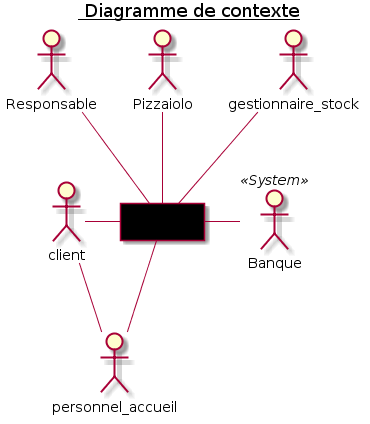
The PlantUML diagram doc/img/1_contextDiagram.png in Zepmanbc/oc_dapython_pr4, before a commit.
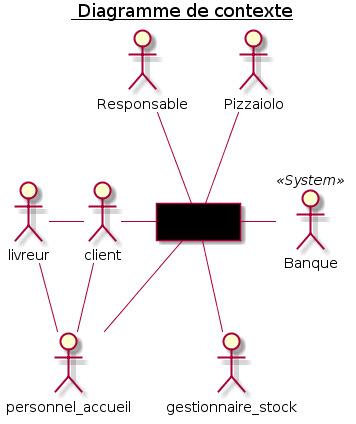
The same file after the commit.

What changed in the source:
```diff
@@ -5,7 +5,7 @@
 
 actor Responsable as RESP
 actor Pizzaiolo as PIZLO
-
+actor livreur as DELIVER
 actor Banque <<System>> as BANK
 
 actor client as CUSTOMER
@@ -14,9 +14,12 @@
 actor gestionnaire_stock as GEST
 
 RESP -- OC_Pizza
-GEST -- OC_Pizza
+GEST -u- OC_Pizza
 PIZLO -- OC_Pizza
 
+
+DELIVER - CUSTOMER
+DELIVER - ACCUEIL
 CUSTOMER - OC_Pizza
 OC_Pizza -- ACCUEIL
 CUSTOMER -- ACCUEIL
```
